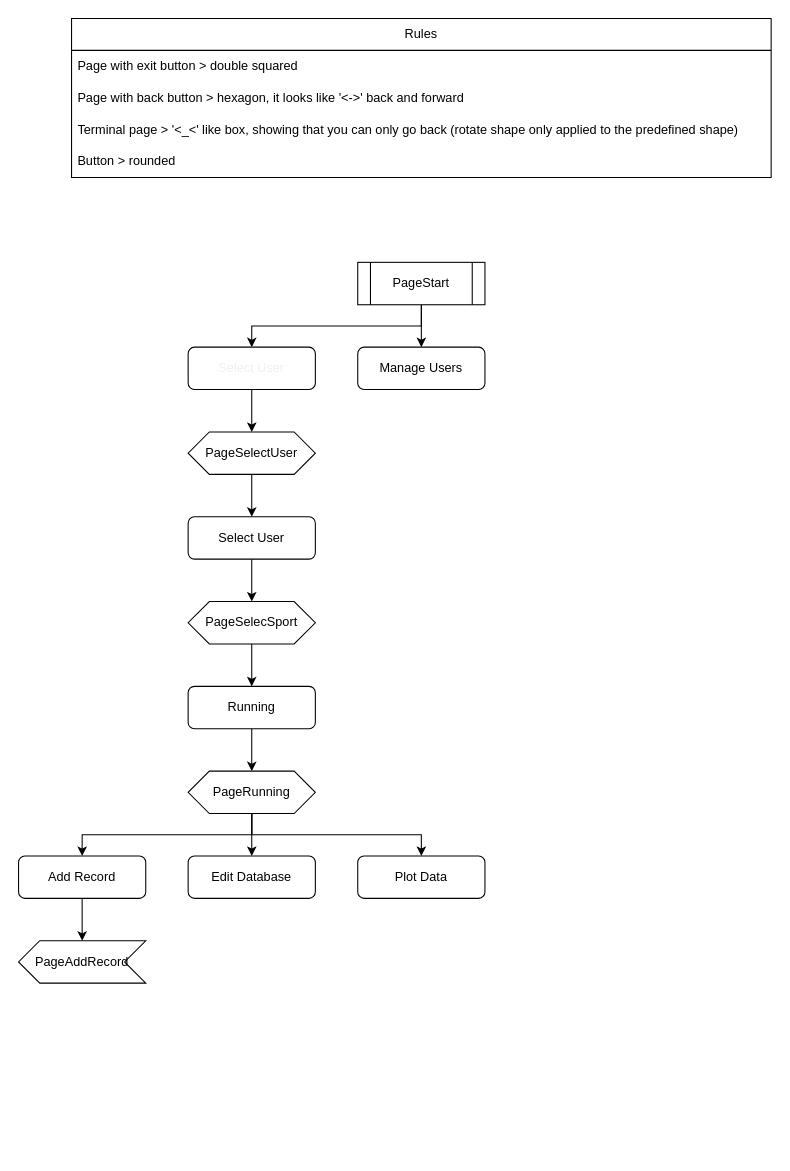
The draw.io diagram ui_diagram.drawio in acgc99/SportsPy, before the edit. Source tidied: cells renumbered, new cells numbered last; positions are measured from the earlier drawing's top-left corner, leaving out a move shared by most shapes. Both pictures are drawn from the tidied source at 106%, with x=0, y=0 at pixel (18, 18).
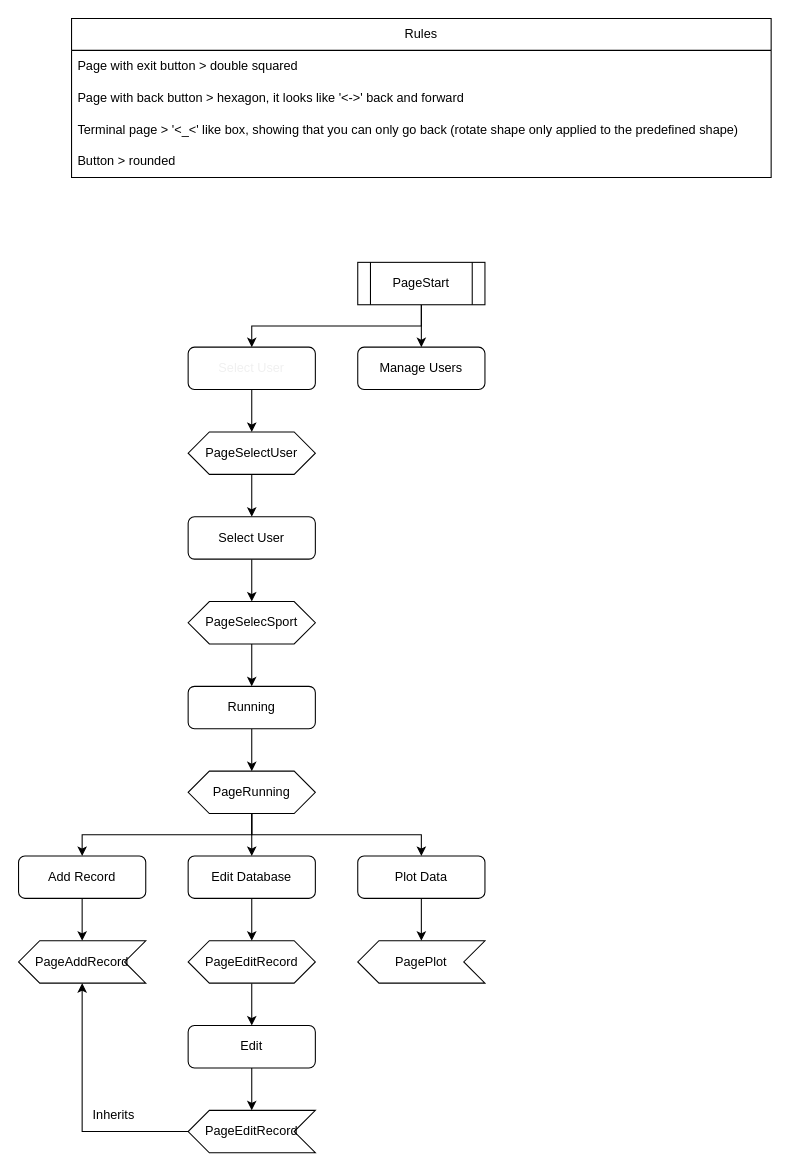
After the change.

The change refers to these unchanged cells:
```xml
<mxCell id="20" value="&lt;div style=&quot;&quot;&gt;Edit Database&lt;/div&gt;" style="rounded=1;whiteSpace=wrap;html=1;align=center;" parent="1" vertex="1">
  <mxGeometry x="160" y="790" width="120" height="40" as="geometry" />
</mxCell>
<mxCell id="21" value="&lt;div style=&quot;&quot;&gt;Plot Data&lt;/div&gt;" style="rounded=1;whiteSpace=wrap;html=1;align=center;" parent="1" vertex="1">
  <mxGeometry x="320" y="790" width="120" height="40" as="geometry" />
</mxCell>
<mxCell id="30" value="PageAddRecord" style="shape=step;perimeter=stepPerimeter;whiteSpace=wrap;html=1;fixedSize=1;direction=west;" parent="1" vertex="1">
  <mxGeometry y="870" width="120" height="40" as="geometry" />
</mxCell>
```

The edit, as a diff of the source:
```diff
@@
+    <mxCell id="31" style="edgeStyle=orthogonalEdgeStyle;rounded=0;jettySize=auto;html=1;" parent="1" edge="1" source="20" target="34">
+      <mxGeometry relative="1" as="geometry" />
+    </mxCell>
@@
+    <mxCell id="32" style="edgeStyle=orthogonalEdgeStyle;rounded=0;jettySize=auto;html=1;" parent="1" edge="1" source="21" target="35">
+      <mxGeometry relative="1" as="geometry" />
+    </mxCell>
@@
+    <mxCell id="33" style="edgeStyle=orthogonalEdgeStyle;rounded=0;jettySize=auto;html=1;" parent="1" edge="1" source="34" target="37">
+      <mxGeometry relative="1" as="geometry" />
+    </mxCell>
+    <mxCell id="34" value="PageEditRecord" style="shape=hexagon;perimeter=hexagonPerimeter2;whiteSpace=wrap;html=1;fixedSize=1;" parent="1" vertex="1">
+      <mxGeometry x="160" y="870" width="120" height="40" as="geometry" />
+    </mxCell>
+    <mxCell id="35" value="PagePlot" style="shape=step;perimeter=stepPerimeter;whiteSpace=wrap;html=1;fixedSize=1;direction=west;" parent="1" vertex="1">
+      <mxGeometry x="320" y="870" width="120" height="40" as="geometry" />
+    </mxCell>
+    <mxCell id="36" style="edgeStyle=orthogonalEdgeStyle;rounded=0;jettySize=auto;html=1;" parent="1" edge="1" source="37" target="39">
+      <mxGeometry relative="1" as="geometry" />
+    </mxCell>
+    <mxCell id="37" value="&lt;div style=&quot;&quot;&gt;Edit&lt;/div&gt;" style="rounded=1;whiteSpace=wrap;html=1;align=center;" parent="1" vertex="1">
+      <mxGeometry x="160" y="950" width="120" height="40" as="geometry" />
+    </mxCell>
+    <mxCell id="38" style="edgeStyle=orthogonalEdgeStyle;rounded=0;jettySize=auto;html=1;entryX=0.5;entryY=0;entryDx=0;entryDy=0;" parent="1" edge="1" source="39" target="30">
+      <mxGeometry relative="1" as="geometry" />
+    </mxCell>
+    <mxCell id="39" value="PageEditRecord" style="shape=step;perimeter=stepPerimeter;whiteSpace=wrap;html=1;fixedSize=1;direction=west;" parent="1" vertex="1">
+      <mxGeometry x="160" y="1030" width="120" height="40" as="geometry" />
+    </mxCell>
+    <mxCell id="40" value="Inherits" style="text;html=1;strokeColor=none;fillColor=none;align=center;verticalAlign=middle;whiteSpace=wrap;rounded=0;" parent="1" vertex="1">
+      <mxGeometry x="60" y="1020" width="60" height="30" as="geometry" />
+    </mxCell>
```
